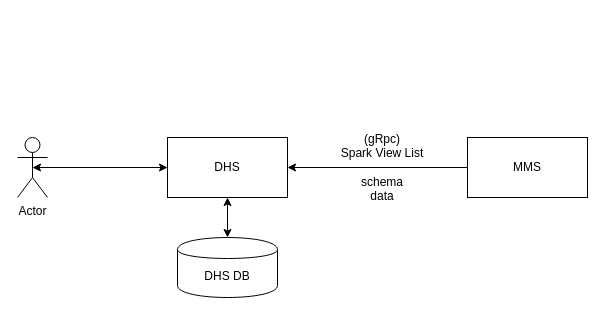
Earlier version of the draw.io diagram dataCatalog.drawio (salme1541/drawioRepo). Source tidied: cells renumbered, new cells numbered last; positions are measured from the earlier drawing's top-left corner, leaving out a move shared by most shapes. Both pictures are drawn from the tidied source at 100%, with x=0, y=0 at pixel (17, 137).
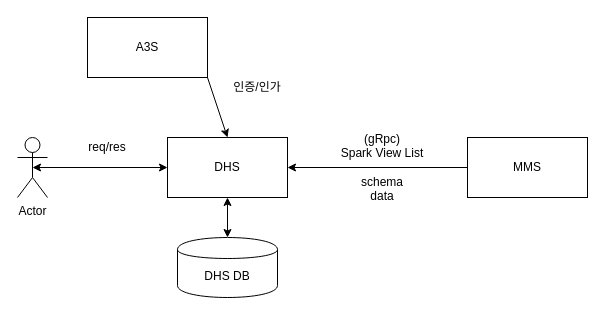
The same diagram, later.

Change to the diagram source:
```diff
@@
 <mxGraphModel>
   <root>
     <mxCell id="0" />
     <mxCell id="1" parent="0" />
     <mxCell id="2" value="DHS" style="rounded=0;whiteSpace=wrap;html=1;" parent="1" vertex="1">
       <mxGeometry x="150" width="120" height="60" as="geometry" />
     </mxCell>
     <mxCell id="3" value="MMS" style="rounded=0;whiteSpace=wrap;html=1;" parent="1" vertex="1">
       <mxGeometry x="450" width="120" height="60" as="geometry" />
     </mxCell>
     <mxCell id="4" value="Actor" style="shape=umlActor;verticalLabelPosition=bottom;labelBackgroundColor=#ffffff;verticalAlign=top;html=1;outlineConnect=0;" parent="1" vertex="1">
       <mxGeometry width="30" height="60" as="geometry" />
     </mxCell>
     <mxCell id="5" style="endArrow=classic;html=1;exitX=0;exitY=0.5;exitDx=0;exitDy=0;entryX=1;entryY=0.5;entryDx=0;entryDy=0;" parent="1" edge="1" source="3" target="2">
       <mxGeometry relative="1" as="geometry" />
     </mxCell>
     <mxCell id="6" value="(gRpc)&lt;br&gt;Spark View List&lt;br&gt;&lt;br&gt;schema&lt;br&gt;data" style="text;html=1;strokeColor=none;fillColor=none;align=center;verticalAlign=middle;whiteSpace=wrap;rounded=0;" parent="1" vertex="1">
       <mxGeometry x="320" y="20" width="90" height="20" as="geometry" />
     </mxCell>
     <mxCell id="7" style="endArrow=classic;startArrow=classic;html=1;exitX=0.5;exitY=0.5;exitDx=0;exitDy=0;exitPerimeter=0;entryX=0;entryY=0.5;entryDx=0;entryDy=0;" parent="1" edge="1" source="4" target="2">
       <mxGeometry relative="1" as="geometry" />
     </mxCell>
     <mxCell id="8" value="DHS DB" style="shape=cylinder;whiteSpace=wrap;html=1;boundedLbl=1;backgroundOutline=1;" parent="1" vertex="1">
       <mxGeometry x="160" y="100" width="100" height="60" as="geometry" />
     </mxCell>
     <mxCell id="9" style="endArrow=classic;startArrow=classic;html=1;entryX=0.5;entryY=1;entryDx=0;entryDy=0;" parent="1" edge="1" source="8" target="2">
       <mxGeometry relative="1" as="geometry" />
     </mxCell>
+    <mxCell id="10" value="A3S" style="rounded=0;whiteSpace=wrap;html=1;" parent="1" vertex="1">
+      <mxGeometry x="70" y="-120" width="120" height="60" as="geometry" />
+    </mxCell>
+    <mxCell id="11" style="endArrow=classic;html=1;exitX=1;exitY=1;exitDx=0;exitDy=0;entryX=0.5;entryY=0;entryDx=0;entryDy=0;" parent="1" edge="1" source="10" target="2">
+      <mxGeometry relative="1" as="geometry" />
+    </mxCell>
+    <mxCell id="12" value="인증/인가" style="text;html=1;strokeColor=none;fillColor=none;align=center;verticalAlign=middle;whiteSpace=wrap;rounded=0;" parent="1" vertex="1">
+      <mxGeometry x="200" y="-60" width="80" height="20" as="geometry" />
+    </mxCell>
+    <mxCell id="13" value="req/res" style="text;html=1;strokeColor=none;fillColor=none;align=center;verticalAlign=middle;whiteSpace=wrap;rounded=0;" parent="1" vertex="1">
+      <mxGeometry x="50" width="80" height="20" as="geometry" />
+    </mxCell>
   </root>
 </mxGraphModel>
```
